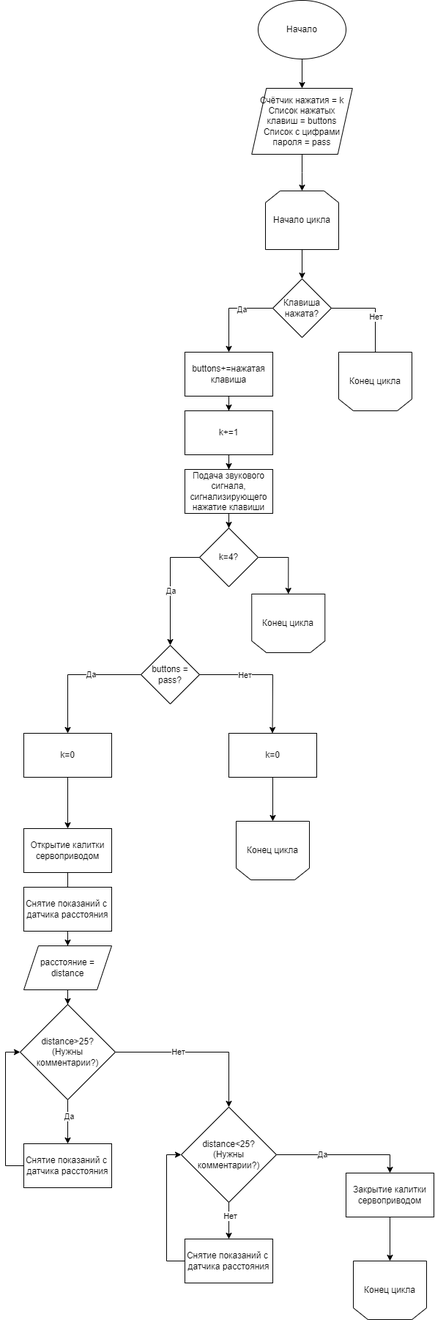
The draw.io diagram Документация/Алгоритм работы разработанного программного обеспечения(калитка).png in Artepi2349/RFID, before a commit. Source tidied: cells renumbered, new cells last; positions are measured from the earlier drawing's top-left corner, leaving out a move shared by most shapes.
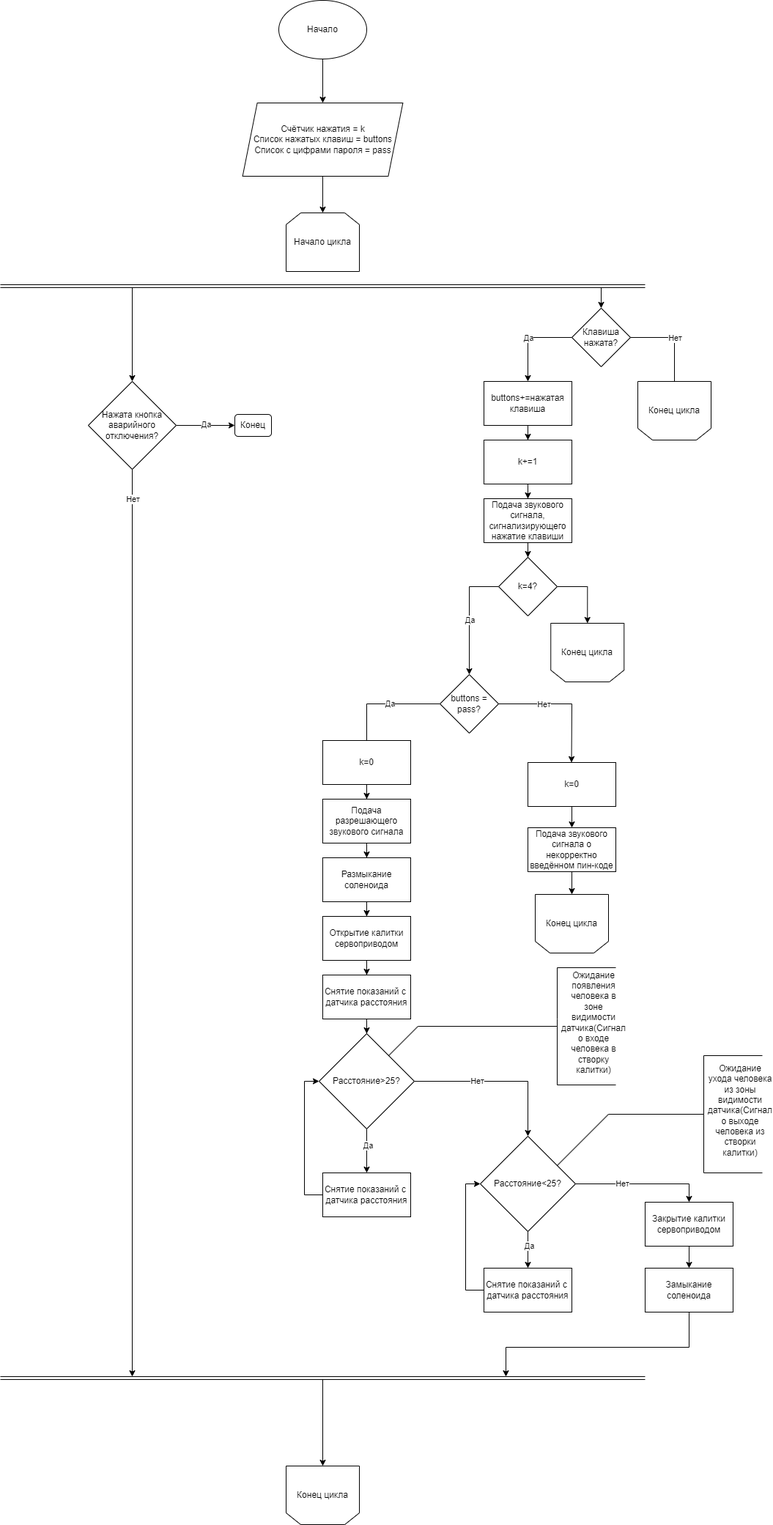
Later version of the same file.

What changed in the source:
```diff
@@ -2,23 +2,20 @@
   <root>
     <mxCell id="0" />
     <mxCell id="1" parent="0" />
-    <mxCell id="2" style="edgeStyle=orthogonalEdgeStyle;rounded=0;jettySize=auto;html=1;entryX=0.5;entryY=0;entryDx=0;entryDy=0;" parent="1" edge="1" source="3" target="10">
-      <mxGeometry relative="1" as="geometry" />
-    </mxCell>
     <mxCell id="3" value="Начало цикла" style="shape=loopLimit;whiteSpace=wrap;html=1;" parent="1" vertex="1">
-      <mxGeometry x="335" y="260" width="100" height="80" as="geometry" />
+      <mxGeometry x="-45" y="250" width="100" height="80" as="geometry" />
     </mxCell>
     <mxCell id="4" style="edgeStyle=orthogonalEdgeStyle;rounded=0;jettySize=auto;html=1;entryX=0.5;entryY=0;entryDx=0;entryDy=0;" parent="1" edge="1" source="5" target="7">
       <mxGeometry relative="1" as="geometry" />
     </mxCell>
     <mxCell id="5" value="Начало" style="ellipse;whiteSpace=wrap;html=1;" parent="1" vertex="1">
-      <mxGeometry x="325" width="120" height="80" as="geometry" />
+      <mxGeometry x="-55" y="-40" width="120" height="80" as="geometry" />
     </mxCell>
     <mxCell id="6" style="edgeStyle=orthogonalEdgeStyle;rounded=0;jettySize=auto;html=1;" parent="1" edge="1" source="7" target="3">
       <mxGeometry relative="1" as="geometry" />
     </mxCell>
     <mxCell id="7" value="Счётчик нажатия = k&lt;div&gt;Список нажатых клавиш = buttons&lt;/div&gt;&lt;div&gt;Список с цифрами пароля = pass&lt;/div&gt;" style="shape=parallelogram;perimeter=parallelogramPerimeter;whiteSpace=wrap;html=1;fixedSize=1;" parent="1" vertex="1">
-      <mxGeometry x="316.2" y="120" width="137.5" height="90" as="geometry" />
+      <mxGeometry x="-104.4" y="100" width="218.8" height="100" as="geometry" />
     </mxCell>
     <mxCell id="8" style="edgeStyle=orthogonalEdgeStyle;rounded=0;jettySize=auto;html=1;entryX=0.5;entryY=1;entryDx=0;entryDy=0;" parent="1" edge="1" source="10" target="11">
       <mxGeometry relative="1" as="geometry">
@@ -29,7 +26,9 @@
       </mxGeometry>
     </mxCell>
     <mxCell id="9" value="Нет" style="edgeLabel;html=1;align=center;verticalAlign=middle;" parent="8" vertex="1">
-      <mxGeometry x="-0.17" relative="1" as="geometry" />
+      <mxGeometry x="-0.17" relative="1" as="geometry">
+        <mxPoint y="-11" as="offset" />
+      </mxGeometry>
     </mxCell>
     <mxCell id="10" value="Клавиша нажата?" style="rhombus;whiteSpace=wrap;html=1;" parent="1" vertex="1">
       <mxGeometry x="345" y="380" width="80" height="80" as="geometry" />
@@ -99,36 +98,36 @@
       </mxGeometry>
     </mxCell>
     <mxCell id="27" value="Да" style="edgeLabel;html=1;align=center;verticalAlign=middle;" parent="26" vertex="1">
-      <mxGeometry x="-0.29" y="1" relative="1" as="geometry" />
+      <mxGeometry x="-0.29" y="1" relative="1" as="geometry">
+        <mxPoint x="-18" y="-1" as="offset" />
+      </mxGeometry>
     </mxCell>
-    <mxCell id="28" style="edgeStyle=orthogonalEdgeStyle;rounded=0;jettySize=auto;html=1;entryX=0.5;entryY=1;entryDx=0;entryDy=0;" parent="1" edge="1" source="29" target="30">
-      <mxGeometry relative="1" as="geometry" />
-    </mxCell>
+    <mxCell id="58" style="edgeStyle=orthogonalEdgeStyle;rounded=0;jettySize=auto;html=1;" parent="1" edge="1" source="29" target="91">
+      <mxGeometry relative="1" as="geometry" />
+    </mxCell>
     <mxCell id="29" value="k=0" style="rounded=0;whiteSpace=wrap;html=1;" parent="1" vertex="1">
       <mxGeometry x="285" y="1000" width="120" height="60" as="geometry" />
     </mxCell>
     <mxCell id="30" value="Конец цикла" style="shape=loopLimit;whiteSpace=wrap;html=1;direction=west;" parent="1" vertex="1">
-      <mxGeometry x="295" y="1120" width="100" height="80" as="geometry" />
+      <mxGeometry x="295" y="1180" width="100" height="80" as="geometry" />
     </mxCell>
-    <mxCell id="31" style="edgeStyle=orthogonalEdgeStyle;rounded=0;jettySize=auto;html=1;entryX=0.5;entryY=0;entryDx=0;entryDy=0;" parent="1" edge="1" source="32" target="34">
-      <mxGeometry relative="1" as="geometry" />
-    </mxCell>
+    <mxCell id="59" style="edgeStyle=orthogonalEdgeStyle;rounded=0;jettySize=auto;html=1;" parent="1" edge="1" source="32" target="93">
+      <mxGeometry relative="1" as="geometry" />
+    </mxCell>
     <mxCell id="32" value="k=0" style="rounded=0;whiteSpace=wrap;html=1;" parent="1" vertex="1">
-      <mxGeometry x="5" y="1000" width="120" height="60" as="geometry" />
+      <mxGeometry x="5" y="970" width="120" height="60" as="geometry" />
     </mxCell>
-    <mxCell id="33" style="edgeStyle=orthogonalEdgeStyle;rounded=0;jettySize=auto;html=1;entryX=0.5;entryY=0;entryDx=0;entryDy=0;" parent="1" edge="1" source="34">
-      <mxGeometry relative="1" as="geometry">
-        <mxPoint x="65" y="1260" as="targetPoint" />
-      </mxGeometry>
-    </mxCell>
+    <mxCell id="60" style="edgeStyle=orthogonalEdgeStyle;rounded=0;jettySize=auto;html=1;entryX=0.5;entryY=0;entryDx=0;entryDy=0;" parent="1" edge="1" source="34" target="36">
+      <mxGeometry relative="1" as="geometry" />
+    </mxCell>
     <mxCell id="34" value="Открытие калитки сервоприводом" style="rounded=0;whiteSpace=wrap;html=1;" parent="1" vertex="1">
-      <mxGeometry x="5" y="1130" width="120" height="60" as="geometry" />
+      <mxGeometry x="5" y="1210" width="120" height="60" as="geometry" />
     </mxCell>
-    <mxCell id="35" style="edgeStyle=orthogonalEdgeStyle;rounded=0;jettySize=auto;html=1;" parent="1" edge="1" source="36" target="57">
-      <mxGeometry relative="1" as="geometry" />
-    </mxCell>
+    <mxCell id="61" style="edgeStyle=orthogonalEdgeStyle;rounded=0;jettySize=auto;html=1;" parent="1" edge="1" source="36" target="41">
+      <mxGeometry relative="1" as="geometry" />
+    </mxCell>
     <mxCell id="36" value="Снятие показаний с&amp;nbsp; датчика расстояния" style="rounded=0;whiteSpace=wrap;html=1;" parent="1" vertex="1">
-      <mxGeometry x="5" y="1210" width="120" height="60" as="geometry" />
+      <mxGeometry x="5" y="1290" width="120" height="60" as="geometry" />
     </mxCell>
     <mxCell id="37" style="edgeStyle=orthogonalEdgeStyle;rounded=0;jettySize=auto;html=1;" parent="1" edge="1" source="41" target="44">
       <mxGeometry relative="1" as="geometry" />
@@ -142,16 +141,16 @@
     <mxCell id="40" value="Да" style="edgeLabel;html=1;align=center;verticalAlign=middle;" parent="39" vertex="1">
       <mxGeometry x="-0.26" y="1" relative="1" as="geometry" />
     </mxCell>
-    <mxCell id="41" value="distance&amp;gt;25?&lt;div&gt;(Нужны комментарии?)&lt;/div&gt;" style="rhombus;whiteSpace=wrap;html=1;" parent="1" vertex="1">
+    <mxCell id="41" value="Расстояние&amp;gt;25?" style="rhombus;whiteSpace=wrap;html=1;" parent="1" vertex="1">
       <mxGeometry y="1370" width="130" height="130" as="geometry" />
     </mxCell>
     <mxCell id="42" style="edgeStyle=orthogonalEdgeStyle;rounded=0;jettySize=auto;html=1;entryX=0.5;entryY=0;entryDx=0;entryDy=0;" parent="1" edge="1" source="44" target="52">
       <mxGeometry relative="1" as="geometry" />
     </mxCell>
-    <mxCell id="43" value="Да" style="edgeLabel;html=1;align=center;verticalAlign=middle;" parent="42" vertex="1">
+    <mxCell id="43" value="Нет" style="edgeLabel;html=1;align=center;verticalAlign=middle;" parent="42" vertex="1">
       <mxGeometry x="-0.3" y="1" relative="1" as="geometry" />
     </mxCell>
-    <mxCell id="44" value="distance&amp;lt;25?&lt;div&gt;(Нужны комментарии?)&lt;/div&gt;" style="rhombus;whiteSpace=wrap;html=1;" parent="1" vertex="1">
+    <mxCell id="44" value="Расстояние&amp;lt;25?" style="rhombus;whiteSpace=wrap;html=1;" parent="1" vertex="1">
       <mxGeometry x="220" y="1510" width="130" height="130" as="geometry" />
     </mxCell>
     <mxCell id="45" style="edgeStyle=orthogonalEdgeStyle;rounded=0;jettySize=auto;html=1;entryX=0;entryY=0.5;entryDx=0;entryDy=0;exitX=0;exitY=0.5;exitDx=0;exitDy=0;" parent="1" edge="1" source="46" target="41">
@@ -169,17 +168,17 @@
     <mxCell id="49" style="edgeStyle=orthogonalEdgeStyle;rounded=0;jettySize=auto;html=1;entryX=0.5;entryY=0;entryDx=0;entryDy=0;" parent="1" edge="1" source="44" target="48">
       <mxGeometry relative="1" as="geometry" />
     </mxCell>
-    <mxCell id="50" value="Нет" style="edgeLabel;html=1;align=center;verticalAlign=middle;" parent="49" vertex="1">
+    <mxCell id="50" value="Да" style="edgeLabel;html=1;align=center;verticalAlign=middle;" parent="49" vertex="1">
       <mxGeometry x="-0.26" y="1" relative="1" as="geometry" />
     </mxCell>
-    <mxCell id="51" style="edgeStyle=orthogonalEdgeStyle;rounded=0;jettySize=auto;html=1;entryX=0.5;entryY=1;entryDx=0;entryDy=0;" parent="1" edge="1" source="52" target="53">
-      <mxGeometry relative="1" as="geometry" />
-    </mxCell>
+    <mxCell id="62" style="edgeStyle=orthogonalEdgeStyle;rounded=0;jettySize=auto;html=1;" parent="1" edge="1" source="52" target="78">
+      <mxGeometry relative="1" as="geometry" />
+    </mxCell>
     <mxCell id="52" value="Закрытие калитки сервоприводом" style="rounded=0;whiteSpace=wrap;html=1;" parent="1" vertex="1">
       <mxGeometry x="445" y="1600" width="120" height="60" as="geometry" />
     </mxCell>
     <mxCell id="53" value="Конец цикла" style="shape=loopLimit;whiteSpace=wrap;html=1;direction=west;" parent="1" vertex="1">
-      <mxGeometry x="455" y="1720" width="100" height="80" as="geometry" />
+      <mxGeometry x="-45" y="1960" width="100" height="80" as="geometry" />
     </mxCell>
     <mxCell id="54" style="edgeStyle=orthogonalEdgeStyle;rounded=0;jettySize=auto;html=1;entryX=0.5;entryY=0;entryDx=0;entryDy=0;" parent="1" edge="1" source="55" target="20">
       <mxGeometry relative="1" as="geometry" />
@@ -187,11 +186,162 @@
     <mxCell id="55" value="Подача звукового сигнала, сигнализирующего нажатие клавиши" style="rounded=0;whiteSpace=wrap;html=1;" parent="1" vertex="1">
       <mxGeometry x="225" y="640" width="120" height="60" as="geometry" />
     </mxCell>
-    <mxCell id="56" style="edgeStyle=orthogonalEdgeStyle;rounded=0;jettySize=auto;html=1;" parent="1" edge="1" source="57" target="41">
-      <mxGeometry relative="1" as="geometry" />
-    </mxCell>
-    <mxCell id="57" value="расстояние = distance" style="shape=parallelogram;perimeter=parallelogramPerimeter;whiteSpace=wrap;html=1;fixedSize=1;" parent="1" vertex="1">
-      <mxGeometry x="5" y="1290" width="120" height="60" as="geometry" />
-    </mxCell>
+    <mxCell id="63" style="endArrow=none;html=1;rounded=0;" parent="1" edge="1">
+      <mxGeometry relative="1" as="geometry">
+        <mxPoint x="95" y="1400" as="sourcePoint" />
+        <mxPoint x="135" y="1360" as="targetPoint" />
+      </mxGeometry>
+    </mxCell>
+    <mxCell id="64" style="endArrow=none;html=1;rounded=0;" parent="1" edge="1">
+      <mxGeometry relative="1" as="geometry">
+        <mxPoint x="135" y="1360" as="sourcePoint" />
+        <mxPoint x="325" y="1360" as="targetPoint" />
+      </mxGeometry>
+    </mxCell>
+    <mxCell id="65" style="endArrow=none;html=1;rounded=0;" parent="1" edge="1">
+      <mxGeometry relative="1" as="geometry">
+        <mxPoint x="325" y="1440" as="sourcePoint" />
+        <mxPoint x="325" y="1280" as="targetPoint" />
+        <Array as="points">
+          <mxPoint x="325" y="1350" />
+        </Array>
+      </mxGeometry>
+    </mxCell>
+    <mxCell id="66" value="Ожидание появления человека в зоне видимости датчика(Сигнал о входе человека в створку калитки)" style="text;html=1;align=center;verticalAlign=middle;whiteSpace=wrap;rounded=0;" parent="1" vertex="1">
+      <mxGeometry x="345" y="1340" width="60" height="30" as="geometry" />
+    </mxCell>
+    <mxCell id="67" style="endArrow=none;html=1;rounded=0;" parent="1" edge="1">
+      <mxGeometry relative="1" as="geometry">
+        <mxPoint x="325" y="1280" as="sourcePoint" />
+        <mxPoint x="405" y="1280" as="targetPoint" />
+      </mxGeometry>
+    </mxCell>
+    <mxCell id="68" style="endArrow=none;html=1;rounded=0;" parent="1" edge="1">
+      <mxGeometry relative="1" as="geometry">
+        <mxPoint x="325" y="1440" as="sourcePoint" />
+        <mxPoint x="405" y="1440" as="targetPoint" />
+      </mxGeometry>
+    </mxCell>
+    <mxCell id="69" style="endArrow=none;html=1;rounded=0;" parent="1" edge="1">
+      <mxGeometry relative="1" as="geometry">
+        <mxPoint x="325" y="1550" as="sourcePoint" />
+        <mxPoint x="395" y="1480" as="targetPoint" />
+      </mxGeometry>
+    </mxCell>
+    <mxCell id="70" style="endArrow=none;html=1;rounded=0;" parent="1" edge="1">
+      <mxGeometry relative="1" as="geometry">
+        <mxPoint x="395" y="1480" as="sourcePoint" />
+        <mxPoint x="525" y="1480" as="targetPoint" />
+      </mxGeometry>
+    </mxCell>
+    <mxCell id="71" style="endArrow=none;html=1;rounded=0;" parent="1" edge="1">
+      <mxGeometry relative="1" as="geometry">
+        <mxPoint x="525" y="1560" as="sourcePoint" />
+        <mxPoint x="525" y="1400" as="targetPoint" />
+        <Array as="points">
+          <mxPoint x="525" y="1480" />
+        </Array>
+      </mxGeometry>
+    </mxCell>
+    <mxCell id="72" style="endArrow=none;html=1;rounded=0;" parent="1" edge="1">
+      <mxGeometry relative="1" as="geometry">
+        <mxPoint x="525" y="1560" as="sourcePoint" />
+        <mxPoint x="605" y="1560" as="targetPoint" />
+      </mxGeometry>
+    </mxCell>
+    <mxCell id="73" style="endArrow=none;html=1;rounded=0;" parent="1" edge="1">
+      <mxGeometry relative="1" as="geometry">
+        <mxPoint x="525" y="1400" as="sourcePoint" />
+        <mxPoint x="605" y="1400" as="targetPoint" />
+      </mxGeometry>
+    </mxCell>
+    <mxCell id="74" value="Ожидание ухода человека из зоны видимости датчика(Сигнал о выходе человека из створки калитки)" style="text;html=1;align=center;verticalAlign=middle;whiteSpace=wrap;rounded=0;" parent="1" vertex="1">
+      <mxGeometry x="545" y="1460" width="60" height="30" as="geometry" />
+    </mxCell>
+    <mxCell id="75" style="edgeStyle=orthogonalEdgeStyle;rounded=0;jettySize=auto;html=1;entryX=0.5;entryY=0;entryDx=0;entryDy=0;" parent="1" edge="1" source="76" target="34">
+      <mxGeometry relative="1" as="geometry" />
+    </mxCell>
+    <mxCell id="76" value="Размыкание соленоида" style="rounded=0;whiteSpace=wrap;html=1;" parent="1" vertex="1">
+      <mxGeometry x="5" y="1130" width="120" height="60" as="geometry" />
+    </mxCell>
+    <mxCell id="77" style="edgeStyle=orthogonalEdgeStyle;rounded=0;jettySize=auto;html=1;exitX=0.5;exitY=1;exitDx=0;exitDy=0;" parent="1" edge="1" source="78">
+      <mxGeometry relative="1" as="geometry">
+        <mxPoint x="255" y="1838" as="targetPoint" />
+        <Array as="points">
+          <mxPoint x="505" y="1798" />
+          <mxPoint x="255" y="1798" />
+        </Array>
+      </mxGeometry>
+    </mxCell>
+    <mxCell id="78" value="Замыкание соленоида" style="rounded=0;whiteSpace=wrap;html=1;" parent="1" vertex="1">
+      <mxGeometry x="445" y="1690" width="120" height="60" as="geometry" />
+    </mxCell>
+    <mxCell id="79" style="shape=link;html=1;rounded=0;" parent="1" edge="1">
+      <mxGeometry relative="1" as="geometry">
+        <mxPoint x="-435" y="350" as="sourcePoint" />
+        <mxPoint x="445" y="350" as="targetPoint" />
+      </mxGeometry>
+    </mxCell>
+    <mxCell id="80" style="shape=link;html=1;rounded=0;" parent="1" edge="1">
+      <mxGeometry relative="1" as="geometry">
+        <mxPoint x="-435" y="1840" as="sourcePoint" />
+        <mxPoint x="445" y="1840" as="targetPoint" />
+      </mxGeometry>
+    </mxCell>
+    <mxCell id="81" style="edgeStyle=orthogonalEdgeStyle;rounded=0;jettySize=auto;html=1;entryX=0;entryY=0.5;entryDx=0;entryDy=0;" parent="1" edge="1" source="85" target="86">
+      <mxGeometry relative="1" as="geometry" />
+    </mxCell>
+    <mxCell id="82" value="Да" style="edgeLabel;html=1;align=center;verticalAlign=middle;" parent="81" vertex="1">
+      <mxGeometry x="-0.01" y="2" relative="1" as="geometry" />
+    </mxCell>
+    <mxCell id="83" style="edgeStyle=orthogonalEdgeStyle;rounded=0;orthogonalLoop=1;jettySize=auto;html=1;" parent="1" edge="1">
+      <mxGeometry relative="1" as="geometry">
+        <mxPoint x="-255" y="600" as="sourcePoint" />
+        <mxPoint x="-255" y="1838" as="targetPoint" />
+        <Array as="points">
+          <mxPoint x="-255" y="1838" />
+        </Array>
+      </mxGeometry>
+    </mxCell>
+    <mxCell id="84" value="Нет" style="edgeLabel;html=1;align=center;verticalAlign=middle;" parent="83" vertex="1">
+      <mxGeometry x="-0.09" relative="1" as="geometry">
+        <mxPoint y="-523" as="offset" />
+      </mxGeometry>
+    </mxCell>
+    <mxCell id="85" value="Нажата кнопка аварийного отключения?" style="rhombus;whiteSpace=wrap;html=1;" parent="1" vertex="1">
+      <mxGeometry x="-315" y="480" width="120" height="120" as="geometry" />
+    </mxCell>
+    <mxCell id="86" value="Конец" style="rounded=1;whiteSpace=wrap;html=1;" parent="1" vertex="1">
+      <mxGeometry x="-115" y="525" width="50" height="30" as="geometry" />
+    </mxCell>
+    <mxCell id="87" style="endArrow=classic;html=1;rounded=0;" parent="1" edge="1">
+      <mxGeometry relative="1" as="geometry">
+        <mxPoint x="-255" y="352" as="sourcePoint" />
+        <mxPoint x="-255" y="480" as="targetPoint" />
+      </mxGeometry>
+    </mxCell>
+    <mxCell id="88" style="endArrow=classic;html=1;rounded=0;entryX=0.5;entryY=1;entryDx=0;entryDy=0;" parent="1" edge="1" target="53">
+      <mxGeometry relative="1" as="geometry">
+        <mxPoint x="5" y="1842" as="sourcePoint" />
+      </mxGeometry>
+    </mxCell>
+    <mxCell id="89" style="endArrow=classic;html=1;rounded=0;" parent="1" edge="1">
+      <mxGeometry relative="1" as="geometry">
+        <mxPoint x="385" y="352" as="sourcePoint" />
+        <mxPoint x="385" y="380" as="targetPoint" />
+      </mxGeometry>
+    </mxCell>
+    <mxCell id="90" style="edgeStyle=orthogonalEdgeStyle;rounded=0;jettySize=auto;html=1;" parent="1" edge="1" source="91" target="30">
+      <mxGeometry relative="1" as="geometry" />
+    </mxCell>
+    <mxCell id="91" value="Подача звукового сигнала о некорректно введённом пин-коде" style="rounded=0;whiteSpace=wrap;html=1;" parent="1" vertex="1">
+      <mxGeometry x="285" y="1089" width="120" height="60" as="geometry" />
+    </mxCell>
+    <mxCell id="92" style="edgeStyle=orthogonalEdgeStyle;rounded=0;jettySize=auto;html=1;" parent="1" edge="1" source="93" target="76">
+      <mxGeometry relative="1" as="geometry" />
+    </mxCell>
+    <mxCell id="93" value="Подача разрешающего звукового сигнала" style="rounded=0;whiteSpace=wrap;html=1;" parent="1" vertex="1">
+      <mxGeometry x="5" y="1050" width="120" height="60" as="geometry" />
+    </mxCell>
   </root>
 </mxGraphModel>
```
